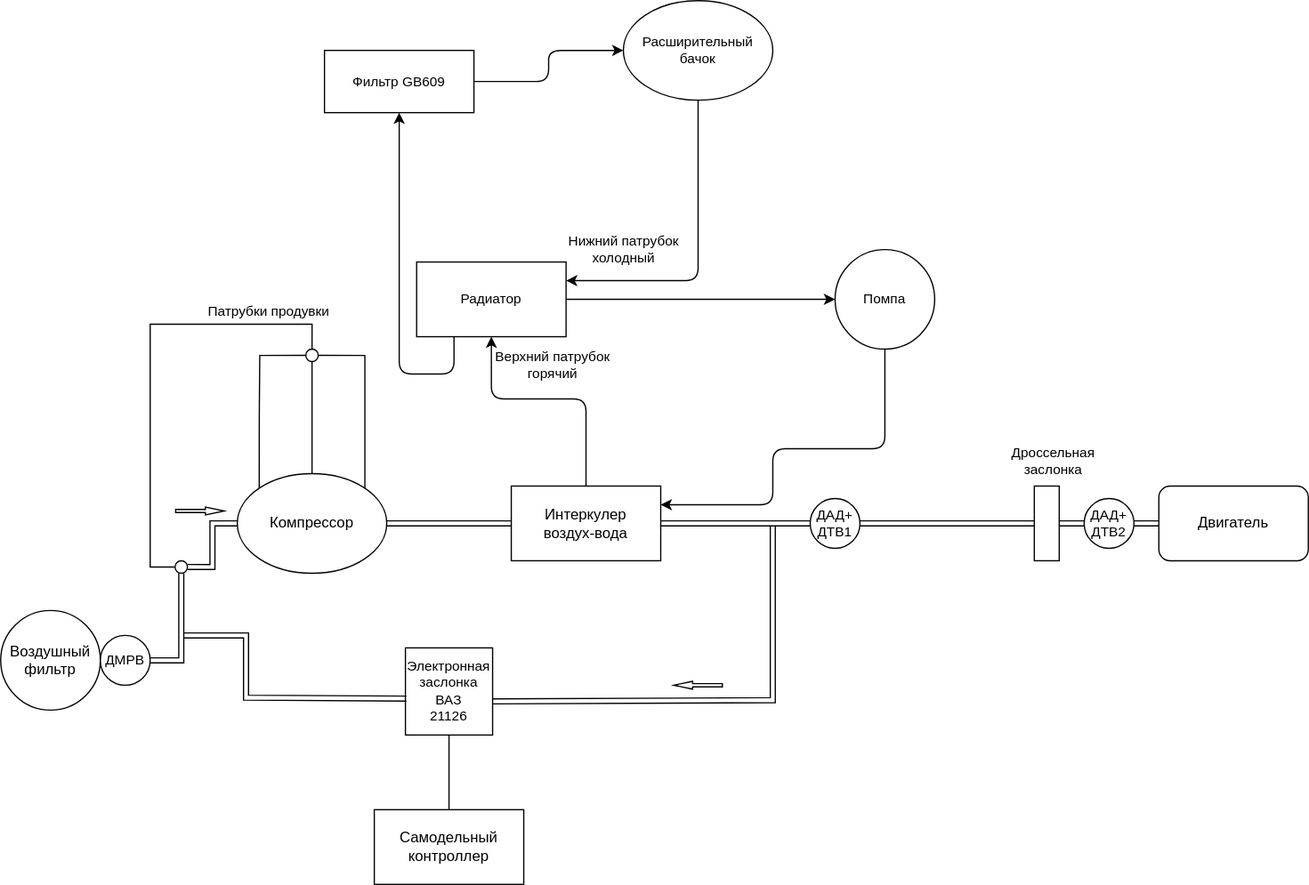
The draw.io diagram parts_scheme.drawio.svg in kak-tus/compressor, before a commit. Source tidied: cells renumbered, new cells last; positions are measured from the earlier drawing's top-left corner, leaving out a move shared by most shapes.
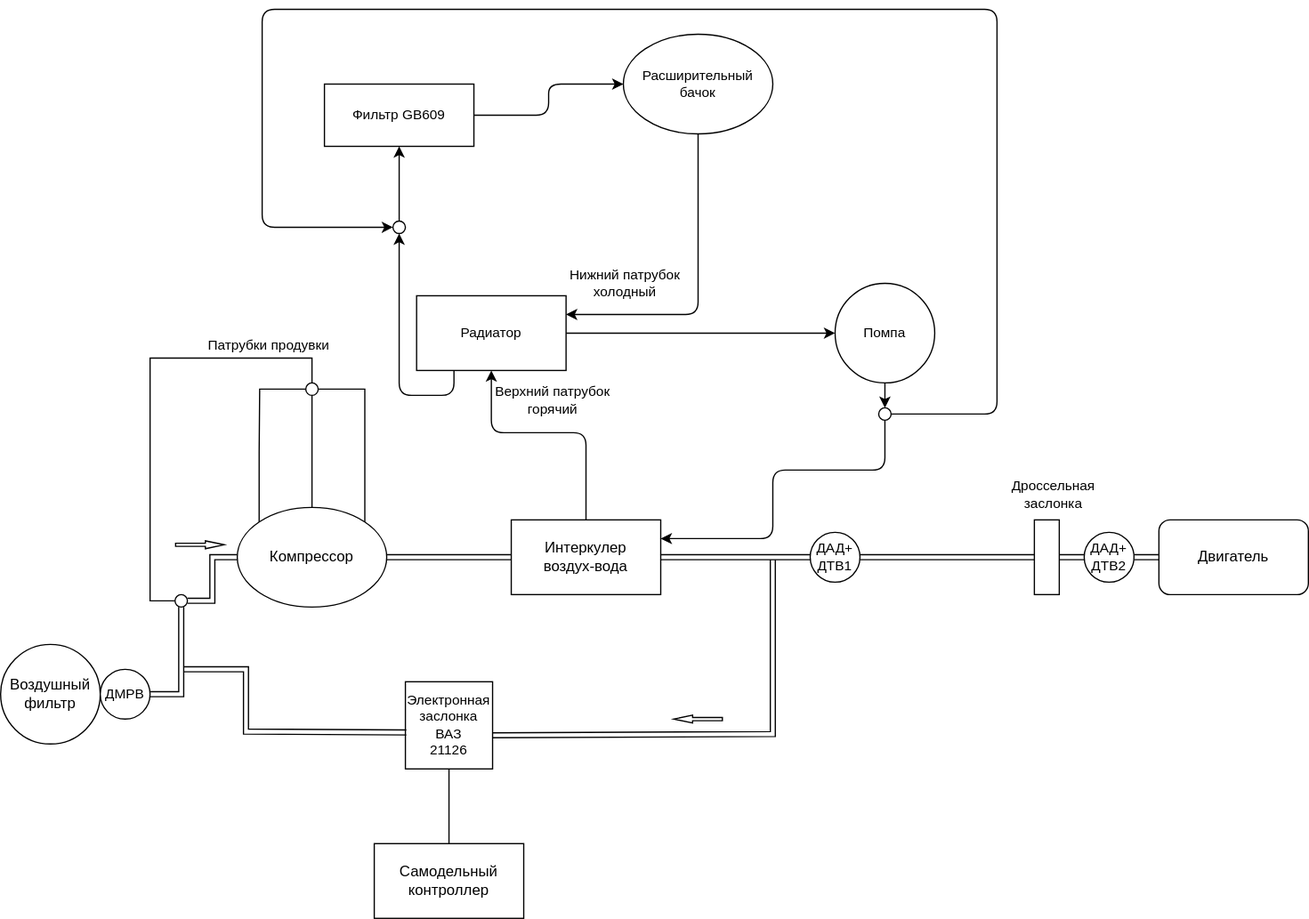
Later version of the same file.

Commit message:
Rework cooling system.

Indicate pump work (flow in extra tank).
Pump must be placed at lower level, than extra tank or radiator.

Diff of the diagram source:
```diff
@@ -114,13 +114,8 @@
         <mxPoint x="7" y="-38" as="offset" />
       </mxGeometry>
     </mxCell>
-    <mxCell id="29" style="edgeStyle=none;html=1;exitX=0.25;exitY=1;exitDx=0;exitDy=0;entryX=0.5;entryY=1;entryDx=0;entryDy=0;" parent="1" edge="1" source="30" target="43">
-      <mxGeometry relative="1" as="geometry">
-        <Array as="points">
-          <mxPoint x="364" y="300" />
-          <mxPoint x="320" y="300" />
-        </Array>
-      </mxGeometry>
+    <mxCell id="29" style="edgeStyle=none;html=1;exitX=0.5;exitY=0;exitDx=0;exitDy=0;entryX=0.5;entryY=1;entryDx=0;entryDy=0;startArrow=none;" parent="1" edge="1" source="48" target="43">
+      <mxGeometry relative="1" as="geometry" />
     </mxCell>
     <mxCell id="30" value="Радиатор" style="rounded=0;whiteSpace=wrap;html=1;fontFamily=Helvetica;fontSize=11;fontColor=default;" parent="1" vertex="1">
       <mxGeometry x="334" y="210" width="120" height="60" as="geometry" />
@@ -135,11 +130,11 @@
     <mxCell id="32" value="Расширительный&lt;br&gt;бачок" style="ellipse;whiteSpace=wrap;html=1;fontFamily=Helvetica;fontSize=11;fontColor=default;" parent="1" vertex="1">
       <mxGeometry x="500" width="120" height="80" as="geometry" />
     </mxCell>
-    <mxCell id="33" style="edgeStyle=none;html=1;exitX=0.5;exitY=1;exitDx=0;exitDy=0;entryX=1;entryY=0.25;entryDx=0;entryDy=0;" parent="1" edge="1" source="34" target="12">
+    <mxCell id="33" style="edgeStyle=none;html=1;exitX=0.5;exitY=1;exitDx=0;exitDy=0;entryX=1;entryY=0.25;entryDx=0;entryDy=0;startArrow=none;" parent="1" edge="1" source="46" target="12">
       <mxGeometry relative="1" as="geometry">
         <Array as="points">
-          <mxPoint x="710" y="360" />
-          <mxPoint x="620" y="360" />
+          <mxPoint x="710" y="350" />
+          <mxPoint x="620" y="350" />
           <mxPoint x="620" y="405" />
         </Array>
       </mxGeometry>
@@ -181,5 +176,32 @@
     <mxCell id="43" value="Фильтр&amp;nbsp;&lt;span style=&quot;font-size: 11px;&quot;&gt;GB609&lt;/span&gt;" style="rounded=0;whiteSpace=wrap;html=1;fontFamily=Helvetica;fontSize=11;fontColor=default;" parent="1" vertex="1">
       <mxGeometry x="260" y="40" width="120" height="50" as="geometry" />
     </mxCell>
+    <mxCell id="44" style="edgeStyle=none;html=1;exitX=0.5;exitY=1;exitDx=0;exitDy=0;entryX=0.5;entryY=0;entryDx=0;entryDy=0;endArrow=classic;endFill=1;" parent="1" edge="1" source="34" target="46">
+      <mxGeometry relative="1" as="geometry" />
+    </mxCell>
+    <mxCell id="45" style="edgeStyle=none;html=1;exitX=1;exitY=0.5;exitDx=0;exitDy=0;entryX=0;entryY=0.5;entryDx=0;entryDy=0;" parent="1" edge="1" source="46" target="48">
+      <mxGeometry relative="1" as="geometry">
+        <Array as="points">
+          <mxPoint x="800" y="305" />
+          <mxPoint x="800" y="-20" />
+          <mxPoint x="210" y="-20" />
+          <mxPoint x="210" y="155" />
+        </Array>
+      </mxGeometry>
+    </mxCell>
+    <mxCell id="46" style="ellipse;whiteSpace=wrap;html=1;fontFamily=Helvetica;fontSize=11;fontColor=default;" parent="1" vertex="1">
+      <mxGeometry x="705" y="300" width="10" height="10" as="geometry" />
+    </mxCell>
+    <mxCell id="47" style="edgeStyle=none;html=1;exitX=0.25;exitY=1;exitDx=0;exitDy=0;entryX=0.5;entryY=1;entryDx=0;entryDy=0;endArrow=classic;endFill=1;" parent="1" edge="1" source="30" target="48">
+      <mxGeometry relative="1" as="geometry">
+        <Array as="points">
+          <mxPoint x="364" y="290" />
+          <mxPoint x="320" y="290" />
+        </Array>
+      </mxGeometry>
+    </mxCell>
+    <mxCell id="48" style="ellipse;whiteSpace=wrap;html=1;fontFamily=Helvetica;fontSize=11;fontColor=default;" parent="1" vertex="1">
+      <mxGeometry x="315" y="150" width="10" height="10" as="geometry" />
+    </mxCell>
   </root>
 </mxGraphModel>
```
